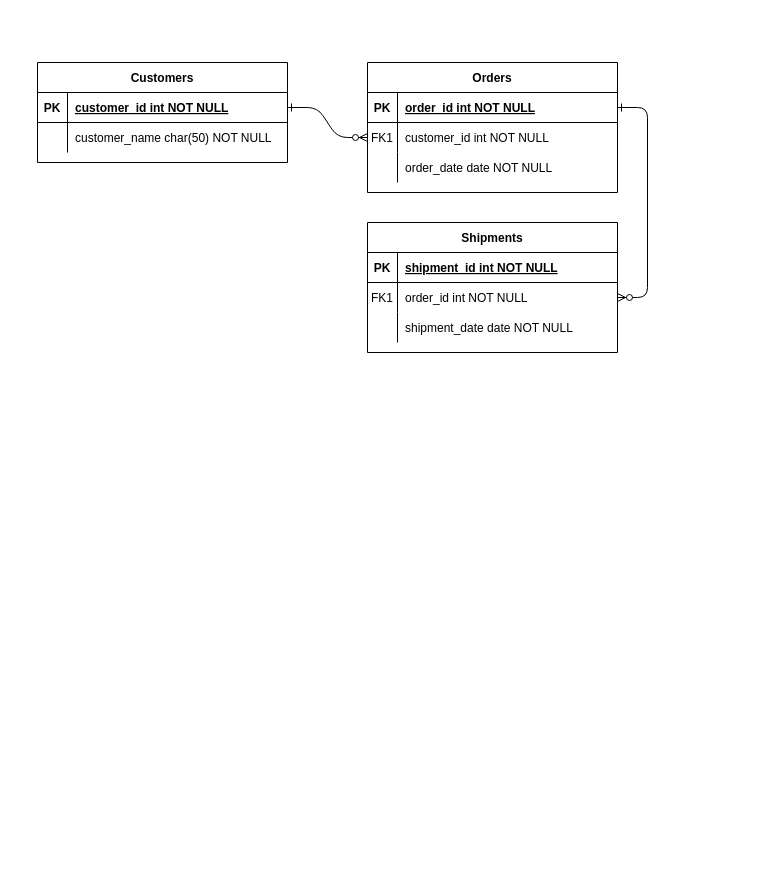
Above: Database.drawio in pawal-karki/DRAW.IO (draw.io), before the change. Source tidied: cells renumbered, new cells numbered last; positions are measured from the earlier drawing's top-left corner, leaving out a move shared by most shapes. Both pictures are drawn from the tidied source at 100%, with x=0, y=0 at pixel (37, 62).
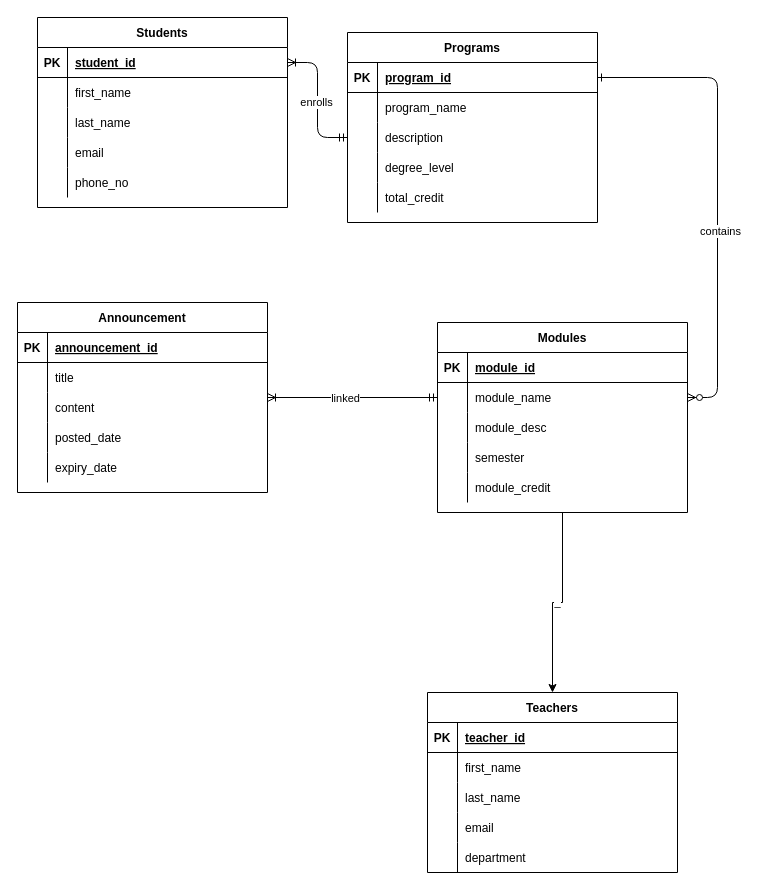
After the change.

Unchanged cells that the change refers to:
```xml
<mxCell id="3" style="edgeStyle=entityRelationEdgeStyle;endArrow=ERzeroToMany;startArrow=ERone;endFill=1;startFill=0;" parent="1" edge="1" source="5" target="18">
  <mxGeometry relative="1" as="geometry" />
</mxCell>
<mxCell id="5" style="shape=partialRectangle;fillColor=none;points=[[0,0.5],[1,0.5]];portConstraint=eastwest;top=0;left=0;right=0;bottom=1;" parent="4" vertex="1">
  <mxGeometry y="30" width="250" height="30" as="geometry" />
</mxCell>
<mxCell id="15" style="shape=partialRectangle;fillColor=none;top=0;left=0;right=0;bottom=1;" parent="14" vertex="1">
  <mxGeometry y="30" width="250" height="30" as="geometry" />
</mxCell>
<mxCell id="18" style="shape=partialRectangle;fillColor=none;points=[[0,0.5],[1,0.5]];portConstraint=eastwest;top=0;left=0;right=0;bottom=0;" parent="14" vertex="1">
  <mxGeometry y="60" width="250" height="30" as="geometry" />
</mxCell>
<mxCell id="21" style="shape=partialRectangle;fillColor=none;top=0;left=0;right=0;bottom=0;" parent="14" vertex="1">
  <mxGeometry y="90" width="250" height="30" as="geometry" />
</mxCell>
<mxCell id="25" style="shape=partialRectangle;fillColor=none;points=[[0,0.5],[1,0.5]];portConstraint=eastwest;top=0;left=0;right=0;bottom=1;" parent="24" vertex="1">
  <mxGeometry y="30" width="250" height="30" as="geometry" />
</mxCell>
<mxCell id="28" style="shape=partialRectangle;fillColor=none;top=0;left=0;right=0;bottom=0;" parent="24" vertex="1">
  <mxGeometry y="60" width="250" height="30" as="geometry" />
</mxCell>
```

Diff of the diagram source:
```diff
@@
-    <mxCell id="2" style="edgeStyle=entityRelationEdgeStyle;endArrow=ERzeroToMany;startArrow=ERone;endFill=1;startFill=0;" parent="1" edge="1" source="25" target="8">
-      <mxGeometry relative="1" as="geometry" />
+    <mxCell id="2" style="edgeStyle=entityRelationEdgeStyle;endArrow=ERmandOne;startArrow=ERoneToMany;endFill=0;startFill=0;" parent="1" edge="1" source="25" target="8">
+      <mxGeometry relative="1" as="geometry">
+        <Array as="points">
+          <mxPoint x="390" y="50" />
+          <mxPoint x="380" y="50" />
+        </Array>
+      </mxGeometry>
     </mxCell>
+    <mxCell id="31" value="enrolls" style="edgeLabel;html=1;align=center;verticalAlign=middle;" parent="2" vertex="1">
+      <mxGeometry x="-0.09" relative="1" as="geometry">
+        <mxPoint x="-2" y="8" as="offset" />
+      </mxGeometry>
+    </mxCell>
@@
+    <mxCell id="32" value="contains" style="edgeLabel;html=1;align=center;verticalAlign=middle;" parent="3" vertex="1">
+      <mxGeometry x="0.16" y="2" relative="1" as="geometry" />
+    </mxCell>
-    <mxCell id="4" value="Orders" style="shape=table;startSize=30;childLayout=tableLayout;rowLines=0;fontStyle=1;align=center;" parent="1" vertex="1">
-      <mxGeometry x="330" width="250" height="130" as="geometry" />
+    <mxCell id="4" value="Programs" style="shape=table;startSize=30;childLayout=tableLayout;rowLines=0;fontStyle=1;align=center;" parent="1" vertex="1">
+      <mxGeometry x="310" y="-30" width="250" height="190" as="geometry" />
     </mxCell>
@@
-    <mxCell id="7" value="order_id int NOT NULL " style="shape=partialRectangle;overflow=hidden;fillColor=none;top=0;left=0;bottom=0;right=0;align=left;spacingLeft=6;fontStyle=5;" parent="5" vertex="1">
+    <mxCell id="7" value="program_id" style="shape=partialRectangle;overflow=hidden;fillColor=none;top=0;left=0;bottom=0;right=0;align=left;spacingLeft=6;fontStyle=5;" parent="5" vertex="1">
       <mxGeometry x="30" width="220" height="30" as="geometry" />
     </mxCell>
+    <mxCell id="33" style="shape=partialRectangle;fillColor=none;top=0;left=0;right=0;bottom=0;" parent="4" vertex="1">
+      <mxGeometry y="60" width="250" height="30" as="geometry" />
+    </mxCell>
+    <mxCell id="34" style="shape=partialRectangle;overflow=hidden;fillColor=none;top=0;left=0;bottom=0;right=0;" parent="33" vertex="1">
+      <mxGeometry width="30" height="30" as="geometry" />
+    </mxCell>
+    <mxCell id="35" value="program_name" style="shape=partialRectangle;overflow=hidden;fillColor=none;top=0;left=0;bottom=0;right=0;align=left;spacingLeft=6;" parent="33" vertex="1">
+      <mxGeometry x="30" width="220" height="30" as="geometry" />
+    </mxCell>
     <mxCell id="8" style="shape=partialRectangle;fillColor=none;points=[[0,0.5],[1,0.5]];portConstraint=eastwest;top=0;left=0;right=0;bottom=0;" parent="4" vertex="1">
-      <mxGeometry y="60" width="250" height="30" as="geometry" />
+      <mxGeometry y="90" width="250" height="30" as="geometry" />
     </mxCell>
-    <mxCell id="9" value="FK1" style="shape=partialRectangle;overflow=hidden;fillColor=none;top=0;left=0;bottom=0;right=0;" parent="8" vertex="1">
+    <mxCell id="9" style="shape=partialRectangle;overflow=hidden;fillColor=none;top=0;left=0;bottom=0;right=0;" parent="8" vertex="1">
       <mxGeometry width="30" height="30" as="geometry" />
     </mxCell>
-    <mxCell id="10" value="customer_id int NOT NULL" style="shape=partialRectangle;overflow=hidden;fillColor=none;top=0;left=0;bottom=0;right=0;align=left;spacingLeft=6;" parent="8" vertex="1">
+    <mxCell id="10" value="description" style="shape=partialRectangle;overflow=hidden;fillColor=none;top=0;left=0;bottom=0;right=0;align=left;spacingLeft=6;" parent="8" vertex="1">
       <mxGeometry x="30" width="220" height="30" as="geometry" />
     </mxCell>
     <mxCell id="11" style="shape=partialRectangle;fillColor=none;top=0;left=0;right=0;bottom=0;" parent="4" vertex="1">
-      <mxGeometry y="90" width="250" height="30" as="geometry" />
+      <mxGeometry y="120" width="250" height="30" as="geometry" />
     </mxCell>
@@
-    <mxCell id="13" value="order_date date NOT NULL" style="shape=partialRectangle;overflow=hidden;fillColor=none;top=0;left=0;bottom=0;right=0;align=left;spacingLeft=6;" parent="11" vertex="1">
+    <mxCell id="13" value="degree_level" style="shape=partialRectangle;overflow=hidden;fillColor=none;top=0;left=0;bottom=0;right=0;align=left;spacingLeft=6;" parent="11" vertex="1">
       <mxGeometry x="30" width="220" height="30" as="geometry" />
     </mxCell>
+    <mxCell id="36" style="shape=partialRectangle;fillColor=none;top=0;left=0;right=0;bottom=0;" parent="4" vertex="1">
+      <mxGeometry y="150" width="250" height="30" as="geometry" />
+    </mxCell>
+    <mxCell id="37" style="shape=partialRectangle;overflow=hidden;fillColor=none;top=0;left=0;bottom=0;right=0;" parent="36" vertex="1">
+      <mxGeometry width="30" height="30" as="geometry" />
+    </mxCell>
+    <mxCell id="38" value="total_credit" style="shape=partialRectangle;overflow=hidden;fillColor=none;top=0;left=0;bottom=0;right=0;align=left;spacingLeft=6;" parent="36" vertex="1">
+      <mxGeometry x="30" width="220" height="30" as="geometry" />
+    </mxCell>
+    <mxCell id="39" value="_" style="edgeStyle=orthogonalEdgeStyle;rounded=0;jettySize=auto;html=1;entryX=0.5;entryY=0;entryDx=0;entryDy=0;" parent="1" edge="1" source="14" target="73">
+      <mxGeometry relative="1" as="geometry" />
+    </mxCell>
-    <mxCell id="14" value="Shipments" style="shape=table;startSize=30;childLayout=tableLayout;rowLines=0;fontStyle=1;align=center;" parent="1" vertex="1">
-      <mxGeometry x="330" y="160" width="250" height="130" as="geometry" />
+    <mxCell id="14" value="Modules" style="shape=table;startSize=30;childLayout=tableLayout;rowLines=0;fontStyle=1;align=center;" parent="1" vertex="1">
+      <mxGeometry x="400" y="260" width="250" height="190" as="geometry" />
     </mxCell>
@@
-    <mxCell id="17" value="shipment_id int NOT NULL " style="shape=partialRectangle;overflow=hidden;fillColor=none;top=0;left=0;bottom=0;right=0;align=left;spacingLeft=6;fontStyle=5;" parent="15" vertex="1">
+    <mxCell id="17" value="module_id" style="shape=partialRectangle;overflow=hidden;fillColor=none;top=0;left=0;bottom=0;right=0;align=left;spacingLeft=6;fontStyle=5;" parent="15" vertex="1">
       <mxGeometry x="30" width="220" height="30" as="geometry" />
     </mxCell>
@@
-    <mxCell id="19" value="FK1" style="shape=partialRectangle;overflow=hidden;fillColor=none;top=0;left=0;bottom=0;right=0;" parent="18" vertex="1">
+    <mxCell id="19" style="shape=partialRectangle;overflow=hidden;fillColor=none;top=0;left=0;bottom=0;right=0;" parent="18" vertex="1">
       <mxGeometry width="30" height="30" as="geometry" />
     </mxCell>
-    <mxCell id="20" value="order_id int NOT NULL" style="shape=partialRectangle;overflow=hidden;fillColor=none;top=0;left=0;bottom=0;right=0;align=left;spacingLeft=6;" parent="18" vertex="1">
+    <mxCell id="20" value="module_name" style="shape=partialRectangle;overflow=hidden;fillColor=none;top=0;left=0;bottom=0;right=0;align=left;spacingLeft=6;" parent="18" vertex="1">
       <mxGeometry x="30" width="220" height="30" as="geometry" />
     </mxCell>
@@
-    <mxCell id="23" value="shipment_date date NOT NULL" style="shape=partialRectangle;overflow=hidden;fillColor=none;top=0;left=0;bottom=0;right=0;align=left;spacingLeft=6;" parent="21" vertex="1">
+    <mxCell id="23" value="module_desc" style="shape=partialRectangle;overflow=hidden;fillColor=none;top=0;left=0;bottom=0;right=0;align=left;spacingLeft=6;" parent="21" vertex="1">
       <mxGeometry x="30" width="220" height="30" as="geometry" />
     </mxCell>
+    <mxCell id="40" style="shape=partialRectangle;fillColor=none;top=0;left=0;right=0;bottom=0;" parent="14" vertex="1">
+      <mxGeometry y="120" width="250" height="30" as="geometry" />
+    </mxCell>
+    <mxCell id="41" style="shape=partialRectangle;overflow=hidden;fillColor=none;top=0;left=0;bottom=0;right=0;" parent="40" vertex="1">
+      <mxGeometry width="30" height="30" as="geometry" />
+    </mxCell>
+    <mxCell id="42" value="semester" style="shape=partialRectangle;overflow=hidden;fillColor=none;top=0;left=0;bottom=0;right=0;align=left;spacingLeft=6;" parent="40" vertex="1">
+      <mxGeometry x="30" width="220" height="30" as="geometry" />
+    </mxCell>
+    <mxCell id="43" style="shape=partialRectangle;fillColor=none;top=0;left=0;right=0;bottom=0;" parent="14" vertex="1">
+      <mxGeometry y="150" width="250" height="30" as="geometry" />
+    </mxCell>
+    <mxCell id="44" style="shape=partialRectangle;overflow=hidden;fillColor=none;top=0;left=0;bottom=0;right=0;" parent="43" vertex="1">
+      <mxGeometry width="30" height="30" as="geometry" />
+    </mxCell>
+    <mxCell id="45" value="module_credit" style="shape=partialRectangle;overflow=hidden;fillColor=none;top=0;left=0;bottom=0;right=0;align=left;spacingLeft=6;" parent="43" vertex="1">
+      <mxGeometry x="30" width="220" height="30" as="geometry" />
+    </mxCell>
-    <mxCell id="24" value="Customers" style="shape=table;startSize=30;childLayout=tableLayout;rowLines=0;fontStyle=1;align=center;" parent="1" vertex="1">
-      <mxGeometry width="250" height="100" as="geometry" />
+    <mxCell id="24" value="Students" style="shape=table;startSize=30;childLayout=tableLayout;rowLines=0;fontStyle=1;align=center;" parent="1" vertex="1">
+      <mxGeometry y="-45" width="250" height="190" as="geometry" />
     </mxCell>
@@
-    <mxCell id="27" value="customer_id int NOT NULL " style="shape=partialRectangle;overflow=hidden;fillColor=none;top=0;left=0;bottom=0;right=0;align=left;spacingLeft=6;fontStyle=5;" parent="25" vertex="1">
+    <mxCell id="27" value="student_id" style="shape=partialRectangle;overflow=hidden;fillColor=none;top=0;left=0;bottom=0;right=0;align=left;spacingLeft=6;fontStyle=5;" parent="25" vertex="1">
       <mxGeometry x="30" width="220" height="30" as="geometry" />
     </mxCell>
@@
-    <mxCell id="30" value="customer_name char(50) NOT NULL" style="shape=partialRectangle;overflow=hidden;fillColor=none;top=0;left=0;bottom=0;right=0;align=left;spacingLeft=6;" parent="28" vertex="1">
+    <mxCell id="30" value="first_name" style="shape=partialRectangle;overflow=hidden;fillColor=none;top=0;left=0;bottom=0;right=0;align=left;spacingLeft=6;" parent="28" vertex="1">
       <mxGeometry x="30" width="220" height="30" as="geometry" />
     </mxCell>
+    <mxCell id="46" style="shape=partialRectangle;fillColor=none;top=0;left=0;right=0;bottom=0;" parent="24" vertex="1">
+      <mxGeometry y="90" width="250" height="30" as="geometry" />
+    </mxCell>
+    <mxCell id="47" style="shape=partialRectangle;overflow=hidden;fillColor=none;top=0;left=0;bottom=0;right=0;" parent="46" vertex="1">
+      <mxGeometry width="30" height="30" as="geometry" />
+    </mxCell>
+    <mxCell id="48" value="last_name" style="shape=partialRectangle;overflow=hidden;fillColor=none;top=0;left=0;bottom=0;right=0;align=left;spacingLeft=6;" parent="46" vertex="1">
+      <mxGeometry x="30" width="220" height="30" as="geometry" />
+    </mxCell>
+    <mxCell id="49" style="shape=partialRectangle;fillColor=none;top=0;left=0;right=0;bottom=0;" parent="24" vertex="1">
+      <mxGeometry y="120" width="250" height="30" as="geometry" />
+    </mxCell>
+    <mxCell id="50" style="shape=partialRectangle;overflow=hidden;fillColor=none;top=0;left=0;bottom=0;right=0;" parent="49" vertex="1">
+      <mxGeometry width="30" height="30" as="geometry" />
+    </mxCell>
+    <mxCell id="51" value="email" style="shape=partialRectangle;overflow=hidden;fillColor=none;top=0;left=0;bottom=0;right=0;align=left;spacingLeft=6;" parent="49" vertex="1">
+      <mxGeometry x="30" width="220" height="30" as="geometry" />
+    </mxCell>
+    <mxCell id="52" style="shape=partialRectangle;fillColor=none;top=0;left=0;right=0;bottom=0;" parent="24" vertex="1">
+      <mxGeometry y="150" width="250" height="30" as="geometry" />
+    </mxCell>
+    <mxCell id="53" style="shape=partialRectangle;overflow=hidden;fillColor=none;top=0;left=0;bottom=0;right=0;" parent="52" vertex="1">
+      <mxGeometry width="30" height="30" as="geometry" />
+    </mxCell>
+    <mxCell id="54" value="phone_no" style="shape=partialRectangle;overflow=hidden;fillColor=none;top=0;left=0;bottom=0;right=0;align=left;spacingLeft=6;" parent="52" vertex="1">
+      <mxGeometry x="30" width="220" height="30" as="geometry" />
+    </mxCell>
+    <mxCell id="55" style="rounded=0;jettySize=auto;html=1;entryX=0;entryY=0.5;entryDx=0;entryDy=0;startArrow=ERoneToMany;startFill=0;endArrow=ERmandOne;endFill=0;" parent="1" edge="1" source="57" target="18">
+      <mxGeometry relative="1" as="geometry" />
+    </mxCell>
+    <mxCell id="56" value="linked" style="edgeLabel;html=1;align=center;verticalAlign=middle;" parent="55" vertex="1">
+      <mxGeometry x="-0.09" relative="1" as="geometry" />
+    </mxCell>
+    <mxCell id="57" value="Announcement" style="shape=table;startSize=30;childLayout=tableLayout;rowLines=0;fontStyle=1;align=center;" parent="1" vertex="1">
+      <mxGeometry x="-20" y="240" width="250" height="190" as="geometry" />
+    </mxCell>
+    <mxCell id="58" style="shape=partialRectangle;fillColor=none;top=0;left=0;right=0;bottom=1;" parent="57" vertex="1">
+      <mxGeometry y="30" width="250" height="30" as="geometry" />
+    </mxCell>
+    <mxCell id="59" value="PK" style="shape=partialRectangle;overflow=hidden;fillColor=none;top=0;left=0;bottom=0;right=0;fontStyle=1;" parent="58" vertex="1">
+      <mxGeometry width="30" height="30" as="geometry" />
+    </mxCell>
+    <mxCell id="60" value="announcement_id" style="shape=partialRectangle;overflow=hidden;fillColor=none;top=0;left=0;bottom=0;right=0;align=left;spacingLeft=6;fontStyle=5;" parent="58" vertex="1">
+      <mxGeometry x="30" width="220" height="30" as="geometry" />
+    </mxCell>
+    <mxCell id="61" style="shape=partialRectangle;fillColor=none;top=0;left=0;right=0;bottom=0;" parent="57" vertex="1">
+      <mxGeometry y="60" width="250" height="30" as="geometry" />
+    </mxCell>
+    <mxCell id="62" style="shape=partialRectangle;overflow=hidden;fillColor=none;top=0;left=0;bottom=0;right=0;" parent="61" vertex="1">
+      <mxGeometry width="30" height="30" as="geometry" />
+    </mxCell>
+    <mxCell id="63" value="title" style="shape=partialRectangle;overflow=hidden;fillColor=none;top=0;left=0;bottom=0;right=0;align=left;spacingLeft=6;" parent="61" vertex="1">
+      <mxGeometry x="30" width="220" height="30" as="geometry" />
+    </mxCell>
+    <mxCell id="64" style="shape=partialRectangle;fillColor=none;top=0;left=0;right=0;bottom=0;" parent="57" vertex="1">
+      <mxGeometry y="90" width="250" height="30" as="geometry" />
+    </mxCell>
+    <mxCell id="65" style="shape=partialRectangle;overflow=hidden;fillColor=none;top=0;left=0;bottom=0;right=0;" parent="64" vertex="1">
+      <mxGeometry width="30" height="30" as="geometry" />
+    </mxCell>
+    <mxCell id="66" value="content" style="shape=partialRectangle;overflow=hidden;fillColor=none;top=0;left=0;bottom=0;right=0;align=left;spacingLeft=6;" parent="64" vertex="1">
+      <mxGeometry x="30" width="220" height="30" as="geometry" />
+    </mxCell>
+    <mxCell id="67" style="shape=partialRectangle;fillColor=none;top=0;left=0;right=0;bottom=0;" parent="57" vertex="1">
+      <mxGeometry y="120" width="250" height="30" as="geometry" />
+    </mxCell>
+    <mxCell id="68" style="shape=partialRectangle;overflow=hidden;fillColor=none;top=0;left=0;bottom=0;right=0;" parent="67" vertex="1">
+      <mxGeometry width="30" height="30" as="geometry" />
+    </mxCell>
+    <mxCell id="69" value="posted_date" style="shape=partialRectangle;overflow=hidden;fillColor=none;top=0;left=0;bottom=0;right=0;align=left;spacingLeft=6;" parent="67" vertex="1">
+      <mxGeometry x="30" width="220" height="30" as="geometry" />
+    </mxCell>
+    <mxCell id="70" style="shape=partialRectangle;fillColor=none;top=0;left=0;right=0;bottom=0;" parent="57" vertex="1">
+      <mxGeometry y="150" width="250" height="30" as="geometry" />
+    </mxCell>
+    <mxCell id="71" style="shape=partialRectangle;overflow=hidden;fillColor=none;top=0;left=0;bottom=0;right=0;" parent="70" vertex="1">
+      <mxGeometry width="30" height="30" as="geometry" />
+    </mxCell>
+    <mxCell id="72" value="expiry_date" style="shape=partialRectangle;overflow=hidden;fillColor=none;top=0;left=0;bottom=0;right=0;align=left;spacingLeft=6;" parent="70" vertex="1">
+      <mxGeometry x="30" width="220" height="30" as="geometry" />
+    </mxCell>
+    <mxCell id="73" value="Teachers" style="shape=table;startSize=30;childLayout=tableLayout;rowLines=0;fontStyle=1;align=center;" parent="1" vertex="1">
+      <mxGeometry x="390" y="630" width="250" height="180" as="geometry" />
+    </mxCell>
+    <mxCell id="74" style="shape=partialRectangle;fillColor=none;top=0;left=0;right=0;bottom=1;" parent="73" vertex="1">
+      <mxGeometry y="30" width="250" height="30" as="geometry" />
+    </mxCell>
+    <mxCell id="75" value="PK" style="shape=partialRectangle;overflow=hidden;fillColor=none;top=0;left=0;bottom=0;right=0;fontStyle=1;" parent="74" vertex="1">
+      <mxGeometry width="30" height="30" as="geometry" />
+    </mxCell>
+    <mxCell id="76" value="teacher_id" style="shape=partialRectangle;overflow=hidden;fillColor=none;top=0;left=0;bottom=0;right=0;align=left;spacingLeft=6;fontStyle=5;" parent="74" vertex="1">
+      <mxGeometry x="30" width="220" height="30" as="geometry" />
+    </mxCell>
+    <mxCell id="77" style="shape=partialRectangle;fillColor=none;top=0;left=0;right=0;bottom=0;" parent="73" vertex="1">
+      <mxGeometry y="60" width="250" height="30" as="geometry" />
+    </mxCell>
+    <mxCell id="78" style="shape=partialRectangle;overflow=hidden;fillColor=none;top=0;left=0;bottom=0;right=0;" parent="77" vertex="1">
+      <mxGeometry width="30" height="30" as="geometry" />
+    </mxCell>
+    <mxCell id="79" value="first_name" style="shape=partialRectangle;overflow=hidden;fillColor=none;top=0;left=0;bottom=0;right=0;align=left;spacingLeft=6;" parent="77" vertex="1">
+      <mxGeometry x="30" width="220" height="30" as="geometry" />
+    </mxCell>
+    <mxCell id="80" style="shape=partialRectangle;fillColor=none;top=0;left=0;right=0;bottom=0;" parent="73" vertex="1">
+      <mxGeometry y="90" width="250" height="30" as="geometry" />
+    </mxCell>
+    <mxCell id="81" style="shape=partialRectangle;overflow=hidden;fillColor=none;top=0;left=0;bottom=0;right=0;" parent="80" vertex="1">
+      <mxGeometry width="30" height="30" as="geometry" />
+    </mxCell>
+    <mxCell id="82" value="last_name" style="shape=partialRectangle;overflow=hidden;fillColor=none;top=0;left=0;bottom=0;right=0;align=left;spacingLeft=6;" parent="80" vertex="1">
+      <mxGeometry x="30" width="220" height="30" as="geometry" />
+    </mxCell>
+    <mxCell id="83" style="shape=partialRectangle;fillColor=none;top=0;left=0;right=0;bottom=0;" parent="73" vertex="1">
+      <mxGeometry y="120" width="250" height="30" as="geometry" />
+    </mxCell>
+    <mxCell id="84" style="shape=partialRectangle;overflow=hidden;fillColor=none;top=0;left=0;bottom=0;right=0;" parent="83" vertex="1">
+      <mxGeometry width="30" height="30" as="geometry" />
+    </mxCell>
+    <mxCell id="85" value="email" style="shape=partialRectangle;overflow=hidden;fillColor=none;top=0;left=0;bottom=0;right=0;align=left;spacingLeft=6;" parent="83" vertex="1">
+      <mxGeometry x="30" width="220" height="30" as="geometry" />
+    </mxCell>
+    <mxCell id="86" style="shape=partialRectangle;fillColor=none;top=0;left=0;right=0;bottom=0;" parent="73" vertex="1">
+      <mxGeometry y="150" width="250" height="30" as="geometry" />
+    </mxCell>
+    <mxCell id="87" style="shape=partialRectangle;overflow=hidden;fillColor=none;top=0;left=0;bottom=0;right=0;" parent="86" vertex="1">
+      <mxGeometry width="30" height="30" as="geometry" />
+    </mxCell>
+    <mxCell id="88" value="department" style="shape=partialRectangle;overflow=hidden;fillColor=none;top=0;left=0;bottom=0;right=0;align=left;spacingLeft=6;" parent="86" vertex="1">
+      <mxGeometry x="30" width="220" height="30" as="geometry" />
+    </mxCell>
```
